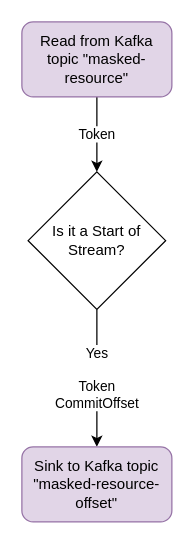
This is topic-offset-service/doc/topic-offset-service.drawio from gchq/Palisade-services, a draw.io file, before an edit. Source tidied: cells renumbered, new cells numbered last; positions are measured from the earlier drawing's top-left corner, leaving out a move shared by most shapes. Both pictures are drawn from the tidied source at 125%, with x=0, y=0 at pixel (21, 21).
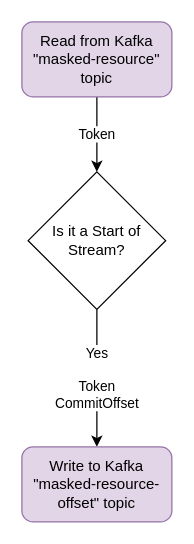
The same diagram, later.

Change to the diagram source:
```diff
@@
 <mxGraphModel>
   <root>
     <mxCell id="0" />
     <mxCell id="1" parent="0" />
     <mxCell id="2" value="&lt;div&gt;Token&lt;/div&gt;" style="edgeStyle=orthogonalEdgeStyle;rounded=0;jettySize=auto;html=1;exitX=0.5;exitY=1;exitDx=0;exitDy=0;entryX=0.5;entryY=0;entryDx=0;entryDy=0;" parent="1" edge="1" source="3" target="5">
       <mxGeometry relative="1" as="geometry" />
     </mxCell>
-    <mxCell id="3" value="Read from Kafka topic &quot;masked-resource&quot;" style="rounded=1;whiteSpace=wrap;html=1;fillColor=#e1d5e7;strokeColor=#9673a6;" parent="1" vertex="1">
+    <mxCell id="3" value="Read from Kafka &quot;masked-resource&quot; topic" style="rounded=1;whiteSpace=wrap;html=1;fillColor=#e1d5e7;strokeColor=#9673a6;" parent="1" vertex="1">
       <mxGeometry width="120" height="60" as="geometry" />
     </mxCell>
     <mxCell id="4" value="Yes&lt;br&gt;&lt;br&gt;Token&lt;br&gt;CommitOffset" style="edgeStyle=orthogonalEdgeStyle;rounded=0;jettySize=auto;html=1;exitX=0.5;exitY=1;exitDx=0;exitDy=0;entryX=0.5;entryY=0;entryDx=0;entryDy=0;labelBackgroundColor=#ffffff;" parent="1" edge="1" source="5" target="6">
       <mxGeometry relative="1" as="geometry" />
     </mxCell>
     <mxCell id="5" value="Is it a Start of Stream?" style="rhombus;whiteSpace=wrap;html=1;" parent="1" vertex="1">
       <mxGeometry x="5" y="120" width="110" height="110" as="geometry" />
     </mxCell>
-    <mxCell id="6" value="Sink to Kafka topic &quot;masked-resource-offset&quot;" style="rounded=1;whiteSpace=wrap;html=1;fillColor=#e1d5e7;strokeColor=#9673a6;" parent="1" vertex="1">
+    <mxCell id="6" value="Write to Kafka &quot;masked-resource-offset&quot; topic" style="rounded=1;whiteSpace=wrap;html=1;fillColor=#e1d5e7;strokeColor=#9673a6;" parent="1" vertex="1">
       <mxGeometry y="340" width="120" height="60" as="geometry" />
     </mxCell>
   </root>
 </mxGraphModel>
```
